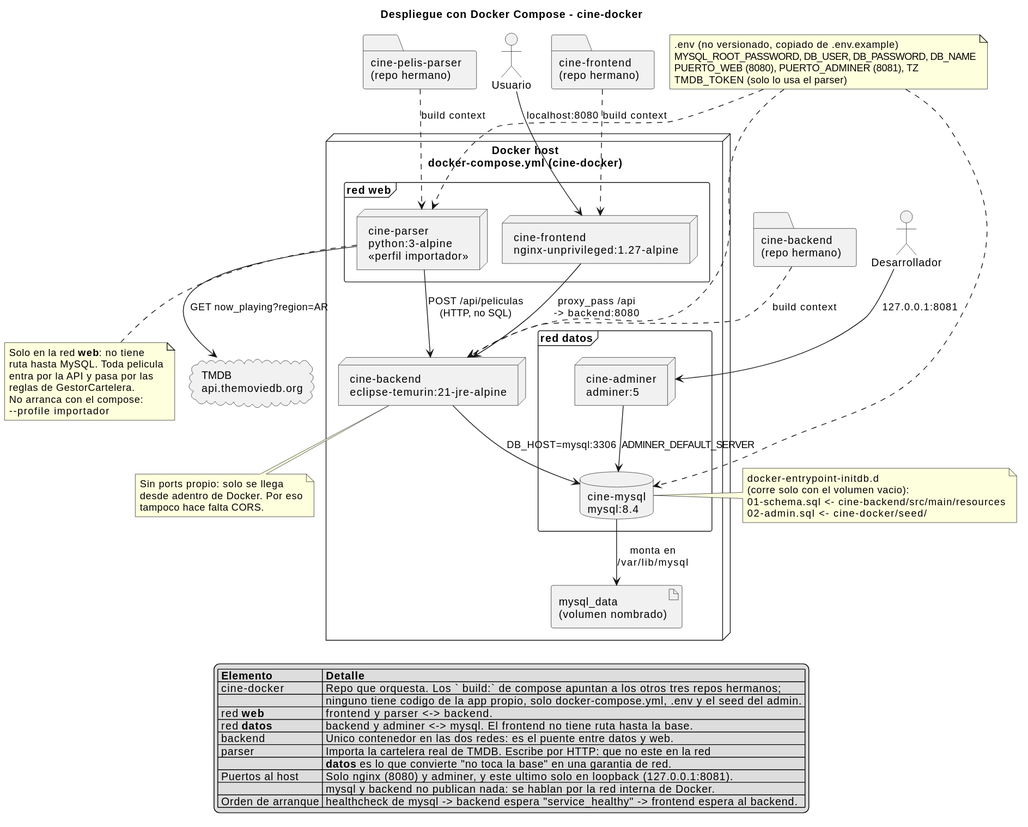
Above: cine-backend/docs/diagramas/docker-despliegue.svg in andreiveisuade/cine-uade (PlantUML), before the change.
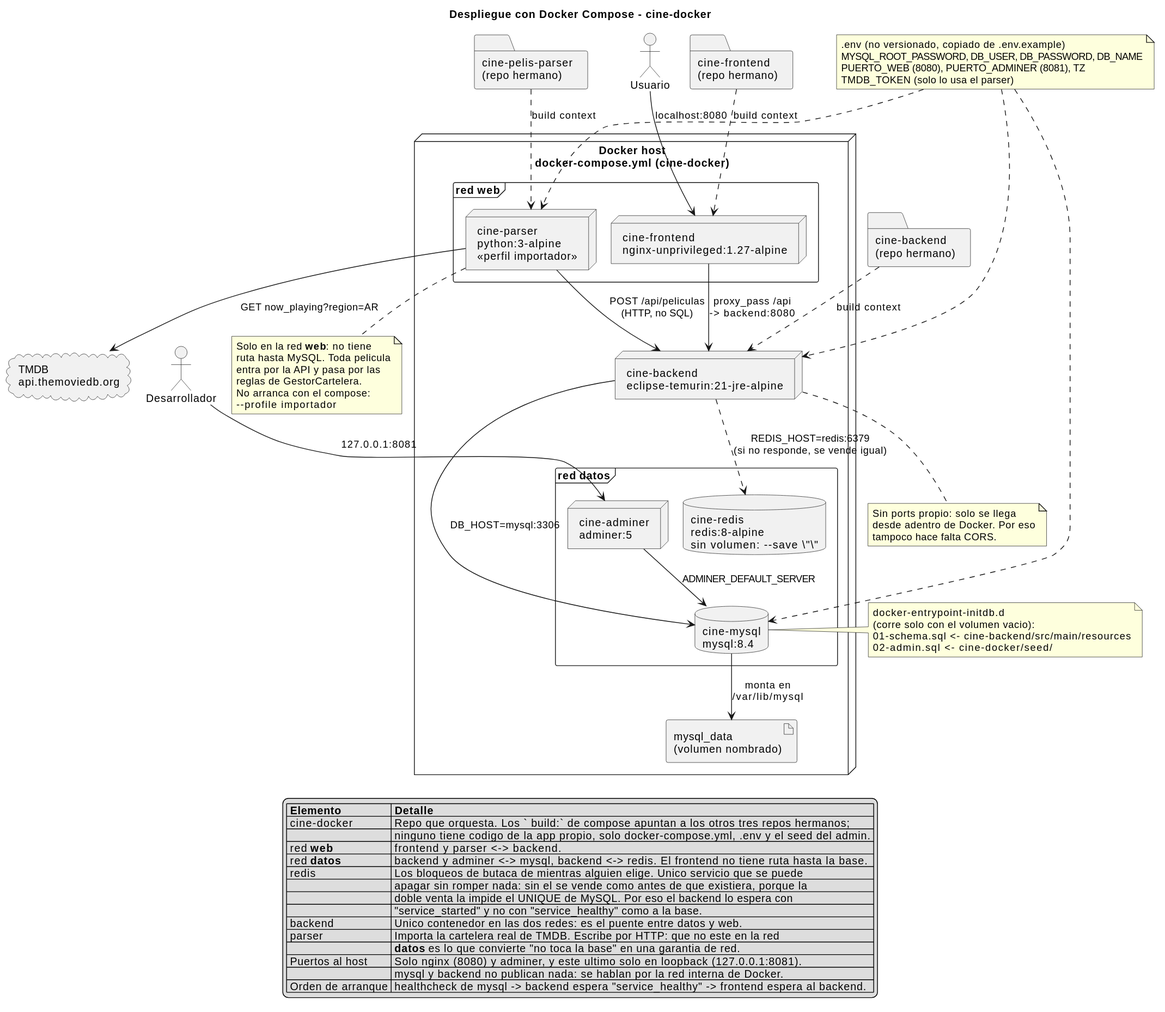
The same file after the commit.

Commit message:
docs: la butaca mientras se elige

What changed in the source:
```diff
@@ -20,6 +20,7 @@
 
   frame "red **datos**" {
     database "cine-mysql\nmysql:8.4" as mysql
+    database "cine-redis\nredis:8-alpine\nsin volumen: --save \"\"" as redis
     node "cine-adminer\nadminer:5" as adminer
   }
 
@@ -40,6 +41,7 @@
 parser --> backend : POST /api/peliculas\n(HTTP, no SQL)
 parser --> tmdb : GET now_playing?region=AR
 backend --> mysql : DB_HOST=mysql:3306
+backend ..> redis : REDIS_HOST=redis:6379\n(si no responde, se vende igual)
 adminer --> mysql : ADMINER_DEFAULT_SERVER
 mysql --> vol : monta en\n/var/lib/mysql
 
@@ -80,7 +82,11 @@
   | cine-docker | Repo que orquesta. Los ` build:` de compose apuntan a los otros tres repos hermanos; |
   |  | ninguno tiene codigo de la app propio, solo docker-compose.yml, .env y el seed del admin. |
   | red **web** | frontend y parser <-> backend. |
-  | red **datos** | backend y adminer <-> mysql. El frontend no tiene ruta hasta la base. |
+  | red **datos** | backend y adminer <-> mysql, backend <-> redis. El frontend no tiene ruta hasta la base. |
+  | redis | Los bloqueos de butaca de mientras alguien elige. Unico servicio que se puede |
+  |  | apagar sin romper nada: sin el se vende como antes de que existiera, porque la |
+  |  | doble venta la impide el UNIQUE de MySQL. Por eso el backend lo espera con |
+  |  | "service_started" y no con "service_healthy" como a la base. |
   | backend | Unico contenedor en las dos redes: es el puente entre datos y web. |
   | parser | Importa la cartelera real de TMDB. Escribe por HTTP: que no este en la red |
   |  | **datos** es lo que convierte "no toca la base" en una garantia de red. |
```
